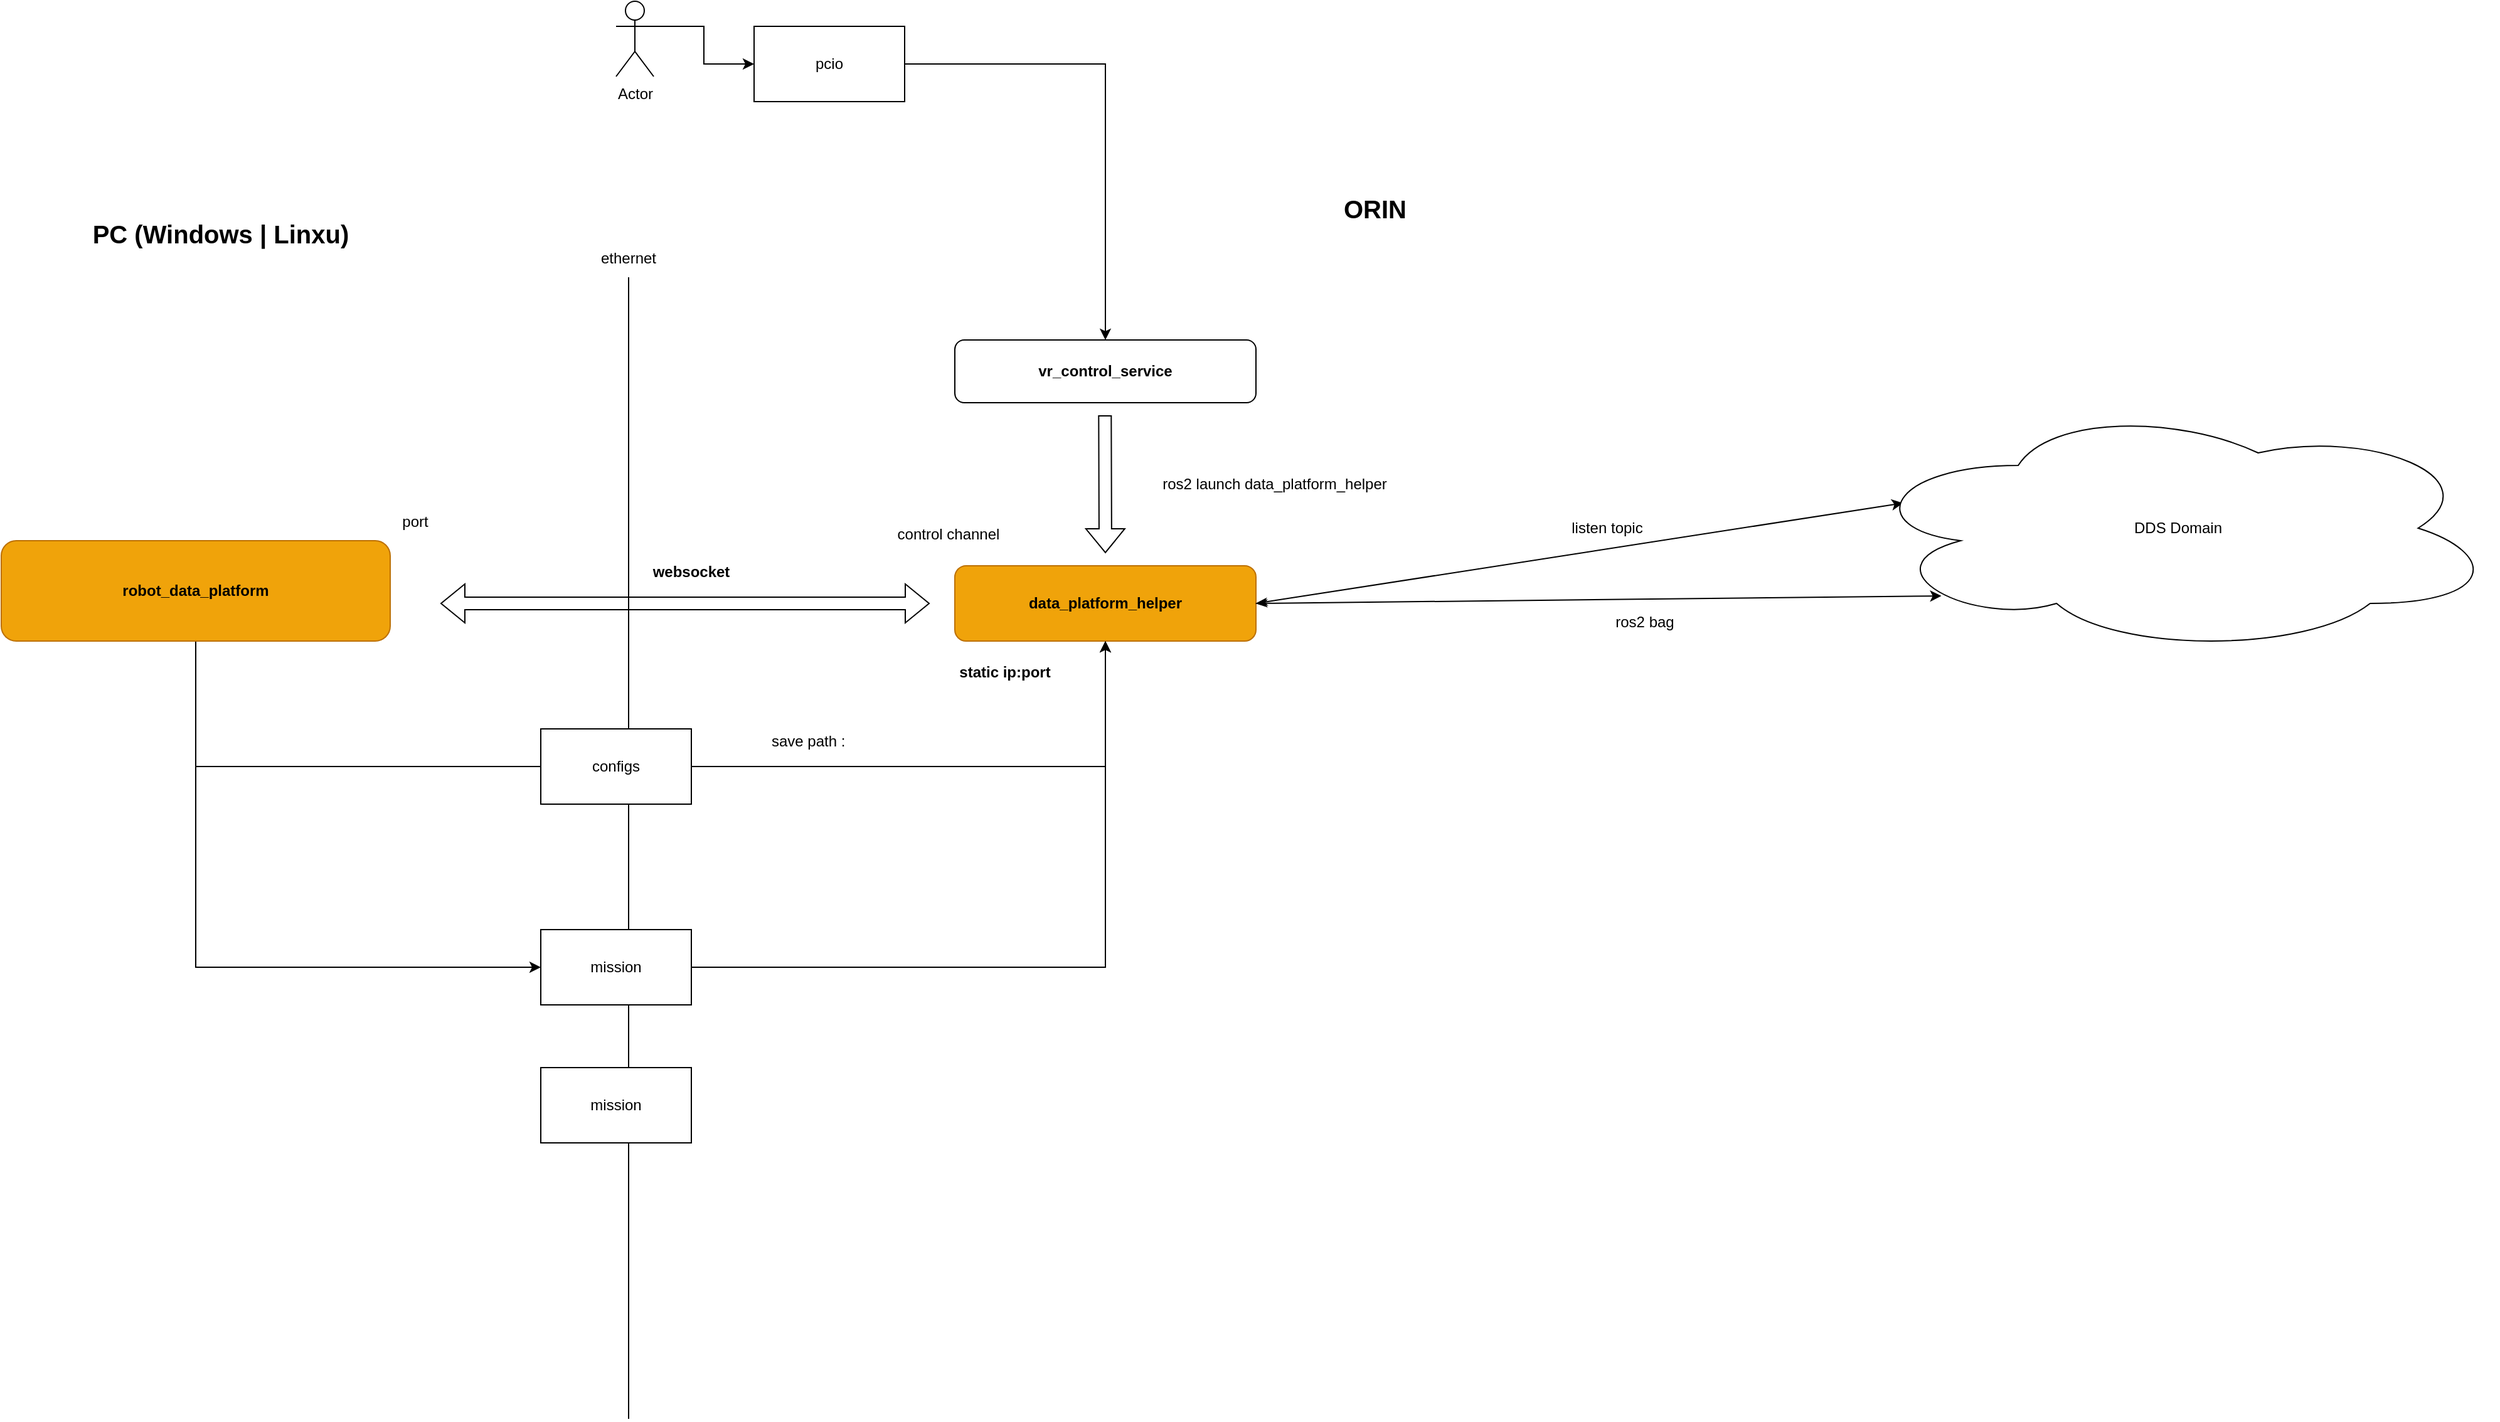
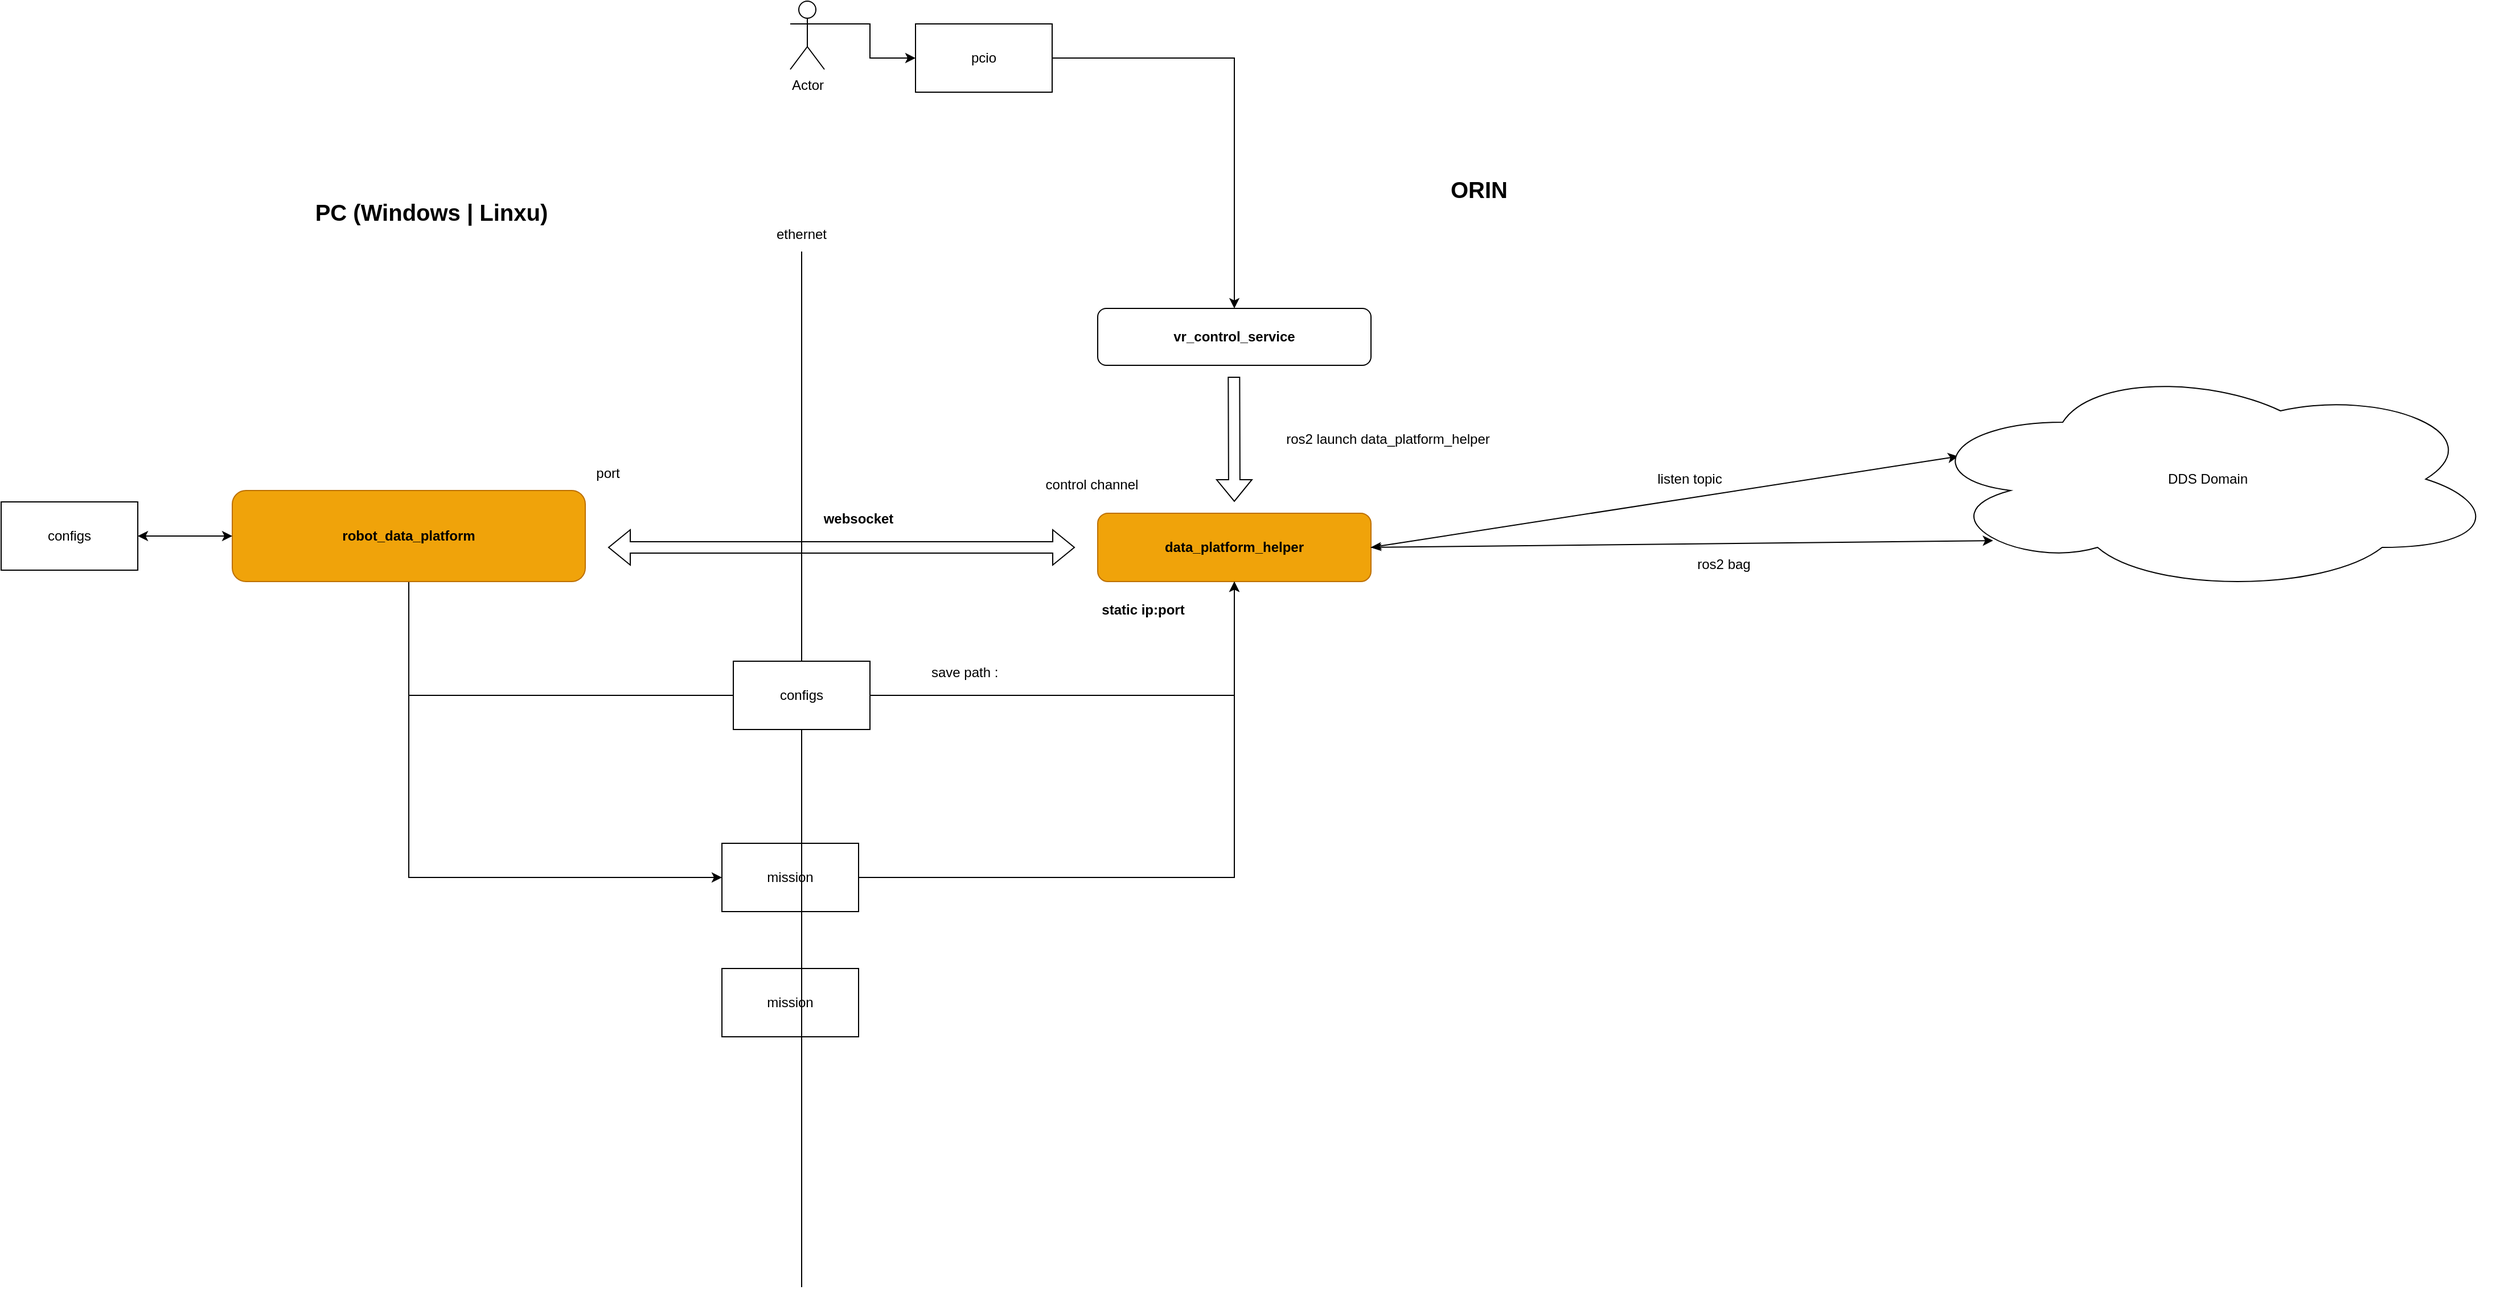
<mxfile host="app.diagrams.net" pages="2">
  <diagram name="第 1 页" id="ybuJFLsuspTRZjUBc2Sj">
    <mxGraphModel dx="2183" dy="720" grid="1" gridSize="10" guides="1" tooltips="1" connect="1" arrows="1" fold="1" page="1" pageScale="1" pageWidth="827" pageHeight="1169" math="0" shadow="0">
      <root>
        <mxCell id="0" />
        <mxCell id="1" parent="0" />
        <mxCell id="PG_7JgB4xY41xIrBQNpI-2" parent="1" style="text;html=1;whiteSpace=wrap;strokeColor=none;fillColor=none;align=center;verticalAlign=middle;rounded=0;fontStyle=1;fontSize=20;" value="ORIN" vertex="1">
          <mxGeometry height="50" width="250" x="640" y="150" as="geometry" />
        </mxCell>
-         <mxCell id="PG_7JgB4xY41xIrBQNpI-3" edge="1" parent="1" style="endArrow=none;html=1;rounded=0;" value="">
+         <mxCell id="PG_7JgB4xY41xIrBQNpI-3" edge="1" parent="1" source="PG_7JgB4xY41xIrBQNpI-25" style="endArrow=none;html=1;rounded=0;" value="">
          <mxGeometry height="50" relative="1" width="50" as="geometry">
            <mxPoint x="170" y="1140" as="sourcePoint" />
            <mxPoint x="170" y="230" as="targetPoint" />
          </mxGeometry>
        </mxCell>
        <mxCell id="PG_7JgB4xY41xIrBQNpI-4" parent="1" style="rounded=1;whiteSpace=wrap;html=1;fontStyle=1;fillColor=#f0a30a;fontColor=#000000;strokeColor=#BD7000;" value="data_platform_helper" vertex="1">
          <mxGeometry height="60" width="240" x="430" y="460" as="geometry" />
        </mxCell>
        <mxCell id="PG_7JgB4xY41xIrBQNpI-6" parent="1" style="rounded=1;whiteSpace=wrap;html=1;fontStyle=1" value="vr_control_service" vertex="1">
          <mxGeometry height="50" width="240" x="430" y="280" as="geometry" />
        </mxCell>
        <mxCell id="PG_7JgB4xY41xIrBQNpI-26" edge="1" parent="1" source="PG_7JgB4xY41xIrBQNpI-7" style="edgeStyle=orthogonalEdgeStyle;rounded=0;orthogonalLoop=1;jettySize=auto;html=1;exitX=0.5;exitY=1;exitDx=0;exitDy=0;entryX=0.5;entryY=1;entryDx=0;entryDy=0;" target="PG_7JgB4xY41xIrBQNpI-4">
          <mxGeometry relative="1" as="geometry">
            <Array as="points">
              <mxPoint x="-175" y="620" />
              <mxPoint x="550" y="620" />
            </Array>
            <mxPoint x="380" y="730" as="targetPoint" />
          </mxGeometry>
        </mxCell>
        <mxCell id="PG_7JgB4xY41xIrBQNpI-33" edge="1" parent="1" source="PG_7JgB4xY41xIrBQNpI-7" style="edgeStyle=orthogonalEdgeStyle;rounded=0;orthogonalLoop=1;jettySize=auto;html=1;exitX=0.5;exitY=1;exitDx=0;exitDy=0;entryX=0;entryY=0.5;entryDx=0;entryDy=0;" target="PG_7JgB4xY41xIrBQNpI-32">
          <mxGeometry relative="1" as="geometry" />
        </mxCell>
        <mxCell id="PG_7JgB4xY41xIrBQNpI-7" parent="1" style="rounded=1;whiteSpace=wrap;html=1;fontStyle=1;fillColor=#f0a30a;fontColor=#000000;strokeColor=#BD7000;" value="robot_data_platform" vertex="1">
          <mxGeometry height="80" width="310" x="-330" y="440" as="geometry" />
        </mxCell>
        <mxCell id="PG_7JgB4xY41xIrBQNpI-8" parent="1" style="text;html=1;whiteSpace=wrap;strokeColor=none;fillColor=none;align=center;verticalAlign=middle;rounded=0;fontStyle=1;fontSize=20;" value="PC (Windows | Linxu)" vertex="1">
          <mxGeometry height="50" width="250" x="-280" y="170" as="geometry" />
        </mxCell>
        <mxCell id="PG_7JgB4xY41xIrBQNpI-10" edge="1" parent="1" style="shape=flexArrow;endArrow=classic;startArrow=classic;html=1;rounded=0;" value="">
          <mxGeometry height="100" relative="1" width="100" as="geometry">
-             <mxPoint x="20" y="490" as="sourcePoint" />
+             <mxPoint y="490" as="sourcePoint" />
            <mxPoint x="410" y="490" as="targetPoint" />
          </mxGeometry>
        </mxCell>
        <mxCell id="PG_7JgB4xY41xIrBQNpI-12" edge="1" parent="1" style="shape=flexArrow;endArrow=classic;html=1;rounded=0;" value="">
          <mxGeometry height="50" relative="1" width="50" as="geometry">
            <mxPoint x="549.66" y="340" as="sourcePoint" />
            <mxPoint x="550" y="450" as="targetPoint" />
          </mxGeometry>
        </mxCell>
        <mxCell id="PG_7JgB4xY41xIrBQNpI-13" parent="1" style="text;html=1;whiteSpace=wrap;strokeColor=none;fillColor=none;align=center;verticalAlign=middle;rounded=0;fontStyle=1" value="websocket" vertex="1">
          <mxGeometry height="30" width="80" x="180" y="450" as="geometry" />
        </mxCell>
        <mxCell id="PG_7JgB4xY41xIrBQNpI-14" parent="1" style="text;html=1;whiteSpace=wrap;strokeColor=none;fillColor=none;align=center;verticalAlign=middle;rounded=0;" value="ethernet" vertex="1">
          <mxGeometry height="30" width="60" x="140" y="200" as="geometry" />
        </mxCell>
        <mxCell id="PG_7JgB4xY41xIrBQNpI-18" edge="1" parent="1" source="PG_7JgB4xY41xIrBQNpI-15" style="edgeStyle=orthogonalEdgeStyle;rounded=0;orthogonalLoop=1;jettySize=auto;html=1;exitX=1;exitY=0.3333333333333333;exitDx=0;exitDy=0;exitPerimeter=0;entryX=0;entryY=0.5;entryDx=0;entryDy=0;" target="PG_7JgB4xY41xIrBQNpI-16">
          <mxGeometry relative="1" as="geometry" />
        </mxCell>
        <mxCell id="PG_7JgB4xY41xIrBQNpI-15" parent="1" style="shape=umlActor;verticalLabelPosition=bottom;verticalAlign=top;html=1;outlineConnect=0;" value="Actor" vertex="1">
          <mxGeometry height="60" width="30" x="160" y="10" as="geometry" />
        </mxCell>
        <mxCell id="PG_7JgB4xY41xIrBQNpI-19" edge="1" parent="1" source="PG_7JgB4xY41xIrBQNpI-16" style="edgeStyle=orthogonalEdgeStyle;rounded=0;orthogonalLoop=1;jettySize=auto;html=1;exitX=1;exitY=0.5;exitDx=0;exitDy=0;entryX=0.5;entryY=0;entryDx=0;entryDy=0;" target="PG_7JgB4xY41xIrBQNpI-6">
          <mxGeometry relative="1" as="geometry" />
        </mxCell>
        <mxCell id="PG_7JgB4xY41xIrBQNpI-16" parent="1" style="whiteSpace=wrap;html=1;" value="pcio" vertex="1">
          <mxGeometry height="60" width="120" x="270" y="30" as="geometry" />
        </mxCell>
        <mxCell id="PG_7JgB4xY41xIrBQNpI-20" parent="1" style="text;html=1;whiteSpace=wrap;strokeColor=none;fillColor=none;align=center;verticalAlign=middle;rounded=0;" value="ros2 launch data_platform_helper" vertex="1">
          <mxGeometry height="30" width="230" x="570" y="380" as="geometry" />
        </mxCell>
        <mxCell id="PG_7JgB4xY41xIrBQNpI-21" parent="1" style="text;html=1;whiteSpace=wrap;strokeColor=none;fillColor=none;align=center;verticalAlign=middle;rounded=0;" value="control channel" vertex="1">
          <mxGeometry height="30" width="110" x="370" y="420" as="geometry" />
        </mxCell>
        <mxCell id="PG_7JgB4xY41xIrBQNpI-22" parent="1" style="text;html=1;whiteSpace=wrap;strokeColor=none;fillColor=none;align=center;verticalAlign=middle;rounded=0;" value="port" vertex="1">
          <mxGeometry height="30" width="60" x="-30" y="410" as="geometry" />
        </mxCell>
        <mxCell id="PG_7JgB4xY41xIrBQNpI-23" parent="1" style="text;html=1;whiteSpace=wrap;strokeColor=none;fillColor=none;align=center;verticalAlign=middle;rounded=0;fontStyle=1" value="static ip:port" vertex="1">
          <mxGeometry height="30" width="100" x="420" y="530" as="geometry" />
        </mxCell>
-         <mxCell id="PG_7JgB4xY41xIrBQNpI-25" parent="1" style="whiteSpace=wrap;html=1;" value="configs" vertex="1">
-           <mxGeometry height="60" width="120" x="100" y="590" as="geometry" />
-         </mxCell>
        <mxCell id="PG_7JgB4xY41xIrBQNpI-28" edge="1" parent="1" source="PG_7JgB4xY41xIrBQNpI-4" style="endArrow=classic;html=1;rounded=0;exitX=1;exitY=0.5;exitDx=0;exitDy=0;entryX=0.07;entryY=0.4;entryDx=0;entryDy=0;entryPerimeter=0;startArrow=classicThin;startFill=1;" target="PG_7JgB4xY41xIrBQNpI-31" value="">
          <mxGeometry height="50" relative="1" width="50" as="geometry">
            <mxPoint x="740" y="570" as="sourcePoint" />
            <mxPoint x="940" y="490" as="targetPoint" />
          </mxGeometry>
        </mxCell>
        <mxCell id="PG_7JgB4xY41xIrBQNpI-29" parent="1" style="text;html=1;whiteSpace=wrap;strokeColor=none;fillColor=none;align=center;verticalAlign=middle;rounded=0;" value="listen topic" vertex="1">
          <mxGeometry height="30" width="60" x="920" y="415" as="geometry" />
        </mxCell>
        <mxCell id="PG_7JgB4xY41xIrBQNpI-31" parent="1" style="ellipse;shape=cloud;whiteSpace=wrap;html=1;align=center;" value="DDS Domain" vertex="1">
          <mxGeometry height="200" width="510" x="1150" y="330" as="geometry" />
        </mxCell>
        <mxCell id="PG_7JgB4xY41xIrBQNpI-34" edge="1" parent="1" source="PG_7JgB4xY41xIrBQNpI-32" style="edgeStyle=orthogonalEdgeStyle;rounded=0;orthogonalLoop=1;jettySize=auto;html=1;exitX=1;exitY=0.5;exitDx=0;exitDy=0;entryX=0.5;entryY=1;entryDx=0;entryDy=0;" target="PG_7JgB4xY41xIrBQNpI-4">
          <mxGeometry relative="1" as="geometry" />
        </mxCell>
        <mxCell id="PG_7JgB4xY41xIrBQNpI-32" parent="1" style="rounded=0;whiteSpace=wrap;html=1;" value="mission" vertex="1">
          <mxGeometry height="60" width="120" x="100" y="750" as="geometry" />
        </mxCell>
        <mxCell id="PG_7JgB4xY41xIrBQNpI-35" edge="1" parent="1" source="PG_7JgB4xY41xIrBQNpI-4" style="endArrow=classic;html=1;rounded=0;exitX=1;exitY=0.5;exitDx=0;exitDy=0;entryX=0.13;entryY=0.77;entryDx=0;entryDy=0;entryPerimeter=0;startArrow=classicThin;startFill=1;" target="PG_7JgB4xY41xIrBQNpI-31" value="">
          <mxGeometry height="50" relative="1" width="50" as="geometry">
            <mxPoint x="810" y="570" as="sourcePoint" />
            <mxPoint x="1326" y="490" as="targetPoint" />
          </mxGeometry>
        </mxCell>
        <mxCell id="PG_7JgB4xY41xIrBQNpI-36" parent="1" style="text;html=1;whiteSpace=wrap;strokeColor=none;fillColor=none;align=center;verticalAlign=middle;rounded=0;" value="ros2 bag" vertex="1">
          <mxGeometry height="30" width="60" x="950" y="490" as="geometry" />
        </mxCell>
        <mxCell id="PG_7JgB4xY41xIrBQNpI-37" parent="1" style="text;html=1;whiteSpace=wrap;strokeColor=none;fillColor=none;align=center;verticalAlign=middle;rounded=0;" value="save path :&amp;nbsp;" vertex="1">
          <mxGeometry height="30" width="130" x="250" y="585" as="geometry" />
        </mxCell>
        <mxCell id="PG_7JgB4xY41xIrBQNpI-38" parent="1" style="rounded=0;whiteSpace=wrap;html=1;" value="mission" vertex="1">
          <mxGeometry height="60" width="120" x="100" y="860" as="geometry" />
        </mxCell>
+         <mxCell id="PG_7JgB4xY41xIrBQNpI-40" edge="1" parent="1" source="PG_7JgB4xY41xIrBQNpI-39" style="edgeStyle=orthogonalEdgeStyle;rounded=0;orthogonalLoop=1;jettySize=auto;html=1;startArrow=classic;startFill=1;" target="PG_7JgB4xY41xIrBQNpI-7" value="">
+           <mxGeometry relative="1" as="geometry" />
+         </mxCell>
+         <mxCell id="PG_7JgB4xY41xIrBQNpI-39" parent="1" style="whiteSpace=wrap;html=1;" value="configs" vertex="1">
+           <mxGeometry height="60" width="120" x="-533" y="450" as="geometry" />
+         </mxCell>
+         <mxCell id="PG_7JgB4xY41xIrBQNpI-41" edge="1" parent="1" style="endArrow=none;html=1;rounded=0;" target="PG_7JgB4xY41xIrBQNpI-25" value="">
+           <mxGeometry height="50" relative="1" width="50" as="geometry">
+             <mxPoint x="170" y="1140" as="sourcePoint" />
+             <mxPoint x="170" y="230" as="targetPoint" />
+           </mxGeometry>
+         </mxCell>
+         <mxCell id="PG_7JgB4xY41xIrBQNpI-25" parent="1" style="whiteSpace=wrap;html=1;" value="configs" vertex="1">
+           <mxGeometry height="60" width="120" x="110" y="590" as="geometry" />
+         </mxCell>
      </root>
    </mxGraphModel>
  </diagram>
  <diagram id="ERyvKfnW-TPwMhuBreaX" name="第 2 页">
    <mxGraphModel dx="1122" dy="596" grid="1" gridSize="10" guides="1" tooltips="1" connect="1" arrows="1" fold="1" page="1" pageScale="1" pageWidth="827" pageHeight="1169" math="0" shadow="0">
      <root>
        <mxCell id="0" />
        <mxCell id="1" parent="0" />
        <mxCell id="Lt_kapkQ0GCsb_hZqIK--1" parent="1" style="rounded=1;whiteSpace=wrap;html=1;" value="" vertex="1">
          <mxGeometry height="60" width="120" x="40" y="280" as="geometry" />
        </mxCell>
      </root>
    </mxGraphModel>
  </diagram>
</mxfile>
